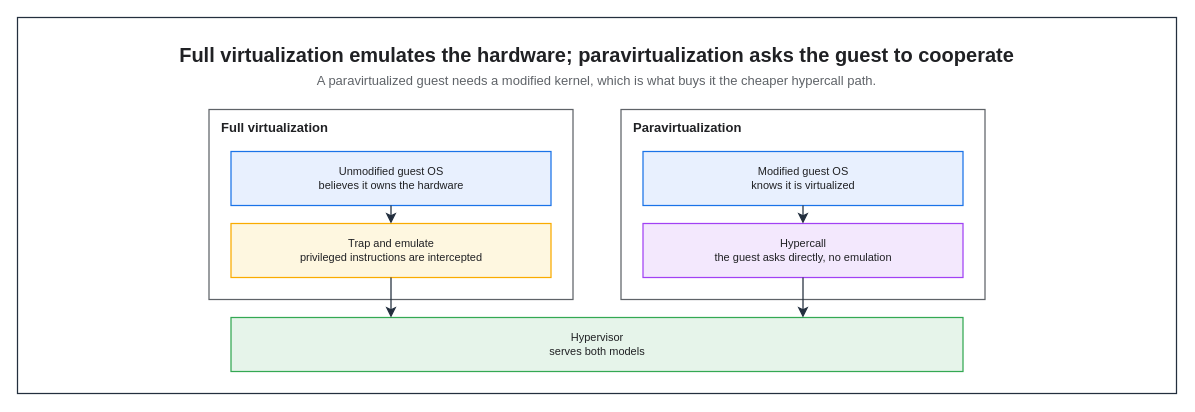
The draw.io diagram assets/img/virtualization/full-para-virtualization.drawio in KKamJi98/kkamji98.github.io, before the edit. Source tidied: cells renumbered, new cells numbered last; positions are measured from the earlier drawing's top-left corner, leaving out a move shared by most shapes. Both pictures are drawn from the tidied source at 100%, with x=0, y=0 at pixel (17, 17).
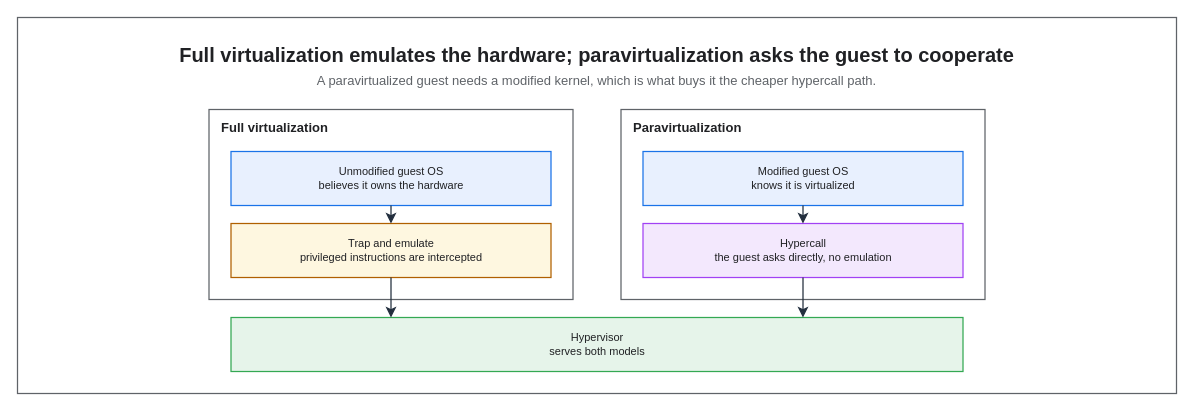
The same page after the edit.

The edit, as a diff of the source:
```diff
@@
 <mxGraphModel background="#FFFFFF">
   <root>
     <mxCell id="0" />
     <mxCell id="1" parent="0" />
-    <mxCell id="2" style="rounded=0;html=0;fillColor=none;strokeColor=#232F3E;fontColor=#202124;strokeWidth=1.25;" parent="1" vertex="1">
+    <mxCell id="2" style="rounded=0;html=0;fillColor=none;strokeColor=#5F6368;fontColor=#202124;strokeWidth=1.25;" parent="1" vertex="1">
       <mxGeometry width="1159" height="376" as="geometry" />
     </mxCell>
     <mxCell id="3" value="Full virtualization emulates the hardware; paravirtualization asks the guest to cooperate" style="text;html=0;whiteSpace=wrap;fillColor=none;strokeColor=none;fontColor=#202124;fontSize=20;fontStyle=1;align=center;verticalAlign=middle;" parent="1" vertex="1">
       <mxGeometry x="22" y="22" width="1115" height="30" as="geometry" />
     </mxCell>
     <mxCell id="4" value="A paravirtualized guest needs a modified kernel, which is what buys it the cheaper hypercall path." style="text;html=0;whiteSpace=wrap;fillColor=none;strokeColor=none;fontColor=#5F6368;fontSize=13;fontStyle=0;align=center;verticalAlign=middle;" parent="1" vertex="1">
       <mxGeometry x="22" y="52" width="1115" height="22" as="geometry" />
     </mxCell>
     <mxCell id="5" value="Full virtualization" style="rounded=0;whiteSpace=wrap;html=0;fillColor=none;strokeColor=#5F6368;fontColor=#202124;fontSize=13;fontStyle=1;align=left;verticalAlign=top;spacingLeft=10;spacingTop=4;strokeWidth=1.25;dashed=0;" parent="1" vertex="1">
       <mxGeometry x="191.5" y="92" width="364" height="190" as="geometry" />
     </mxCell>
     <mxCell id="6" value="Paravirtualization" style="rounded=0;whiteSpace=wrap;html=0;fillColor=none;strokeColor=#5F6368;fontColor=#202124;fontSize=13;fontStyle=1;align=left;verticalAlign=top;spacingLeft=10;spacingTop=4;strokeWidth=1.25;dashed=0;" parent="1" vertex="1">
       <mxGeometry x="603.5" y="92" width="364" height="190" as="geometry" />
     </mxCell>
     <mxCell id="7" value="Unmodified guest OS&#10;believes it owns the hardware" style="rounded=0;whiteSpace=wrap;html=0;fillColor=#E8F0FE;strokeColor=#1A73E8;fontColor=#202124;fontSize=11;fontStyle=0;align=center;verticalAlign=middle;spacingLeft=6;spacingRight=6;strokeWidth=1.25;" parent="1" vertex="1">
       <mxGeometry x="213.5" y="134" width="320" height="54" as="geometry" />
     </mxCell>
-    <mxCell id="8" value="Trap and emulate&#10;privileged instructions are intercepted" style="rounded=0;whiteSpace=wrap;html=0;fillColor=#FEF7E0;strokeColor=#F9AB00;fontColor=#202124;fontSize=11;fontStyle=0;align=center;verticalAlign=middle;spacingLeft=6;spacingRight=6;strokeWidth=1.25;" parent="1" vertex="1">
+    <mxCell id="8" value="Trap and emulate&#10;privileged instructions are intercepted" style="rounded=0;whiteSpace=wrap;html=0;fillColor=#FEF7E0;strokeColor=#B06000;fontColor=#202124;fontSize=11;fontStyle=0;align=center;verticalAlign=middle;spacingLeft=6;spacingRight=6;strokeWidth=1.25;" parent="1" vertex="1">
       <mxGeometry x="213.5" y="206" width="320" height="54" as="geometry" />
     </mxCell>
     <mxCell id="9" value="Modified guest OS&#10;knows it is virtualized" style="rounded=0;whiteSpace=wrap;html=0;fillColor=#E8F0FE;strokeColor=#1A73E8;fontColor=#202124;fontSize=11;fontStyle=0;align=center;verticalAlign=middle;spacingLeft=6;spacingRight=6;strokeWidth=1.25;" parent="1" vertex="1">
       <mxGeometry x="625.5" y="134" width="320" height="54" as="geometry" />
     </mxCell>
     <mxCell id="10" value="Hypercall&#10;the guest asks directly, no emulation" style="rounded=0;whiteSpace=wrap;html=0;fillColor=#F3E8FD;strokeColor=#A142F4;fontColor=#202124;fontSize=11;fontStyle=0;align=center;verticalAlign=middle;spacingLeft=6;spacingRight=6;strokeWidth=1.25;" parent="1" vertex="1">
       <mxGeometry x="625.5" y="206" width="320" height="54" as="geometry" />
     </mxCell>
     <mxCell id="11" value="Hypervisor&#10;serves both models" style="rounded=0;whiteSpace=wrap;html=0;fillColor=#E6F4EA;strokeColor=#34A853;fontColor=#202124;fontSize=11;fontStyle=0;align=center;verticalAlign=middle;spacingLeft=6;spacingRight=6;strokeWidth=1.25;" parent="1" vertex="1">
       <mxGeometry x="213.5" y="300" width="732" height="54" as="geometry" />
     </mxCell>
     <mxCell id="12" style="edgeStyle=orthogonalEdgeStyle;rounded=0;html=0;strokeColor=#232F3E;strokeWidth=1.25;endArrow=classic;endFill=1;endSize=7;fontSize=11;fontColor=#202124;labelBackgroundColor=none;jettySize=14;exitX=0.5;exitY=1;entryX=0.5;entryY=0;exitDx=0;exitDy=0;entryDx=0;entryDy=0;" parent="1" edge="1" source="7" target="8">
       <mxGeometry relative="1" as="geometry" />
     </mxCell>
     <mxCell id="13" style="edgeStyle=orthogonalEdgeStyle;rounded=0;html=0;strokeColor=#232F3E;strokeWidth=1.25;endArrow=classic;endFill=1;endSize=7;fontSize=11;fontColor=#202124;labelBackgroundColor=none;jettySize=14;exitX=0.5;exitY=1;entryX=0.5;entryY=0;exitDx=0;exitDy=0;entryDx=0;entryDy=0;" parent="1" edge="1" source="9" target="10">
       <mxGeometry relative="1" as="geometry" />
     </mxCell>
     <mxCell id="14" style="edgeStyle=orthogonalEdgeStyle;rounded=0;html=0;strokeColor=#232F3E;strokeWidth=1.25;endArrow=classic;endFill=1;endSize=7;fontSize=11;fontColor=#202124;labelBackgroundColor=none;jettySize=14;exitX=0.5;exitY=1;entryX=0.2186;entryY=0;exitDx=0;exitDy=0;entryDx=0;entryDy=0;" parent="1" edge="1" source="8" target="11">
       <mxGeometry relative="1" as="geometry" />
     </mxCell>
     <mxCell id="15" style="edgeStyle=orthogonalEdgeStyle;rounded=0;html=0;strokeColor=#232F3E;strokeWidth=1.25;endArrow=classic;endFill=1;endSize=7;fontSize=11;fontColor=#202124;labelBackgroundColor=none;jettySize=14;exitX=0.5;exitY=1;entryX=0.7814;entryY=0;exitDx=0;exitDy=0;entryDx=0;entryDy=0;" parent="1" edge="1" source="10" target="11">
       <mxGeometry relative="1" as="geometry" />
     </mxCell>
   </root>
 </mxGraphModel>
```
